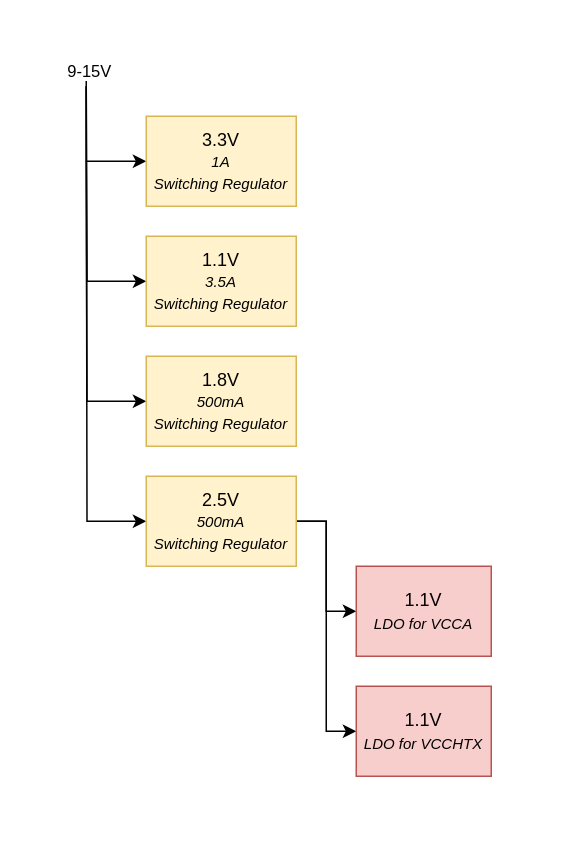
Before: docs/src/assets/pol.drawio in ECAP5/ECAP5-BSOM, a draw.io diagram. Source tidied: cells renumbered, new cells numbered last; positions are measured from the earlier drawing's top-left corner, leaving out a move shared by most shapes. Both pictures are drawn from the tidied source at 150%, with x=0, y=0 at pixel (26, 26).
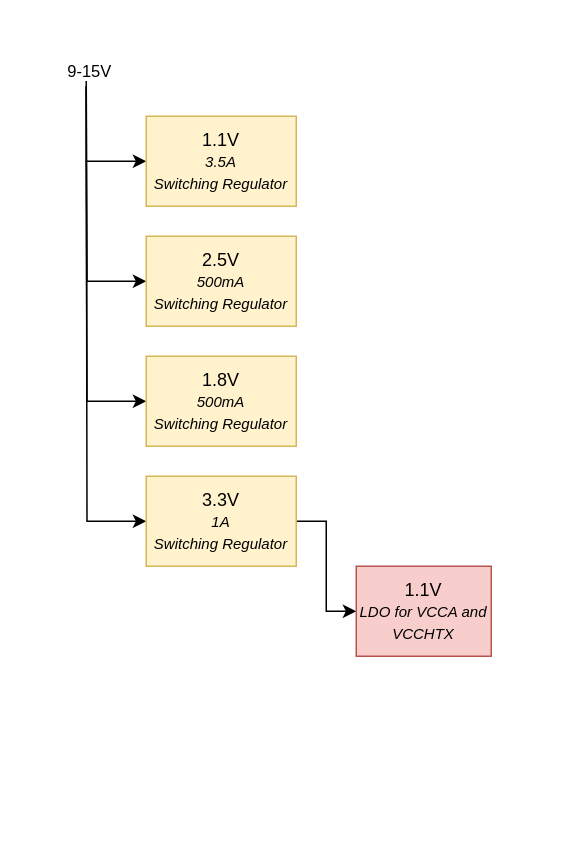
Above is the later version.

What changed in the source:
```diff
@@
     <mxCell id="2" style="rounded=0;whiteSpace=wrap;html=1;strokeColor=none;" parent="1" vertex="1">
-      <mxGeometry width="340" height="530" as="geometry" />
+      <mxGeometry width="340" height="450" as="geometry" />
     </mxCell>
@@
-    <mxCell id="5" value="3.3V&lt;div&gt;&lt;i&gt;&lt;font style=&quot;font-size: 10px;&quot;&gt;1A&lt;/font&gt;&lt;/i&gt;&lt;/div&gt;&lt;div&gt;&lt;i&gt;&lt;font style=&quot;font-size: 10px;&quot;&gt;Switching Regulator&lt;/font&gt;&lt;/i&gt;&lt;/div&gt;" style="rounded=0;whiteSpace=wrap;html=1;fillColor=#fff2cc;strokeColor=#d6b656;" parent="1" vertex="1">
+    <mxCell id="5" value="1.1V&lt;div&gt;&lt;i&gt;&lt;font style=&quot;font-size: 10px;&quot;&gt;3.5A&lt;/font&gt;&lt;/i&gt;&lt;/div&gt;&lt;i style=&quot;background-color: initial;&quot;&gt;&lt;font style=&quot;font-size: 10px;&quot;&gt;Switching Regulator&lt;/font&gt;&lt;/i&gt;" style="rounded=0;whiteSpace=wrap;html=1;fillColor=#fff2cc;strokeColor=#d6b656;" parent="1" vertex="1">
       <mxGeometry x="80" y="60" width="100" height="60" as="geometry" />
     </mxCell>
@@
-    <mxCell id="7" value="1.1V&lt;div&gt;&lt;i&gt;&lt;font style=&quot;font-size: 10px;&quot;&gt;3.5A&lt;/font&gt;&lt;/i&gt;&lt;/div&gt;&lt;div&gt;&lt;i&gt;&lt;font style=&quot;font-size: 10px;&quot;&gt;Switching Regulator&lt;/font&gt;&lt;/i&gt;&lt;/div&gt;" style="rounded=0;whiteSpace=wrap;html=1;fillColor=#fff2cc;strokeColor=#d6b656;" parent="1" vertex="1">
+    <mxCell id="7" value="2.5V&lt;div&gt;&lt;i&gt;&lt;font style=&quot;font-size: 10px;&quot;&gt;500mA&lt;/font&gt;&lt;/i&gt;&lt;/div&gt;&lt;div&gt;&lt;i&gt;&lt;font style=&quot;font-size: 10px;&quot;&gt;Switching Regulator&lt;/font&gt;&lt;/i&gt;&lt;/div&gt;" style="rounded=0;whiteSpace=wrap;html=1;fillColor=#fff2cc;strokeColor=#d6b656;" parent="1" vertex="1">
       <mxGeometry x="80" y="140" width="100" height="60" as="geometry" />
     </mxCell>
@@
-    <mxCell id="11" style="edgeStyle=orthogonalEdgeStyle;rounded=0;jettySize=auto;html=1;entryX=0;entryY=0.5;entryDx=0;entryDy=0;" parent="1" edge="1" source="13" target="15">
-      <mxGeometry relative="1" as="geometry" />
-    </mxCell>
@@
-    <mxCell id="13" value="2.5V&lt;div&gt;&lt;i&gt;&lt;font style=&quot;font-size: 10px;&quot;&gt;500mA&lt;/font&gt;&lt;/i&gt;&lt;/div&gt;&lt;div&gt;&lt;i&gt;&lt;font style=&quot;font-size: 10px;&quot;&gt;Switching Regulator&lt;/font&gt;&lt;/i&gt;&lt;/div&gt;" style="rounded=0;whiteSpace=wrap;html=1;fillColor=#fff2cc;strokeColor=#d6b656;" parent="1" vertex="1">
+    <mxCell id="13" value="&lt;div&gt;3.3V&lt;div&gt;&lt;i&gt;&lt;font style=&quot;font-size: 10px;&quot;&gt;1A&lt;/font&gt;&lt;/i&gt;&lt;/div&gt;&lt;div&gt;&lt;i&gt;&lt;font style=&quot;font-size: 10px;&quot;&gt;Switching Regulator&lt;/font&gt;&lt;/i&gt;&lt;/div&gt;&lt;/div&gt;" style="rounded=0;whiteSpace=wrap;html=1;fillColor=#fff2cc;strokeColor=#d6b656;" parent="1" vertex="1">
       <mxGeometry x="80" y="300" width="100" height="60" as="geometry" />
     </mxCell>
-    <mxCell id="14" value="1.1V&lt;div&gt;&lt;font style=&quot;font-size: 10px;&quot;&gt;&lt;i&gt;LDO for VCCA&lt;/i&gt;&lt;/font&gt;&lt;/div&gt;" style="rounded=0;whiteSpace=wrap;html=1;fillColor=#f8cecc;strokeColor=#b85450;" parent="1" vertex="1">
+    <mxCell id="14" value="1.1V&lt;div&gt;&lt;font style=&quot;font-size: 10px;&quot;&gt;&lt;i&gt;LDO for VCCA and VCCHTX&lt;/i&gt;&lt;/font&gt;&lt;/div&gt;" style="rounded=0;whiteSpace=wrap;html=1;fillColor=#f8cecc;strokeColor=#b85450;" parent="1" vertex="1">
       <mxGeometry x="220" y="360" width="90" height="60" as="geometry" />
     </mxCell>
-    <mxCell id="15" value="1.1V&lt;div&gt;&lt;i&gt;&lt;font style=&quot;font-size: 10px;&quot;&gt;LDO for VCCHTX&lt;/font&gt;&lt;/i&gt;&lt;/div&gt;" style="rounded=0;whiteSpace=wrap;html=1;fillColor=#f8cecc;strokeColor=#b85450;" parent="1" vertex="1">
-      <mxGeometry x="220" y="440" width="90" height="60" as="geometry" />
-    </mxCell>
```
